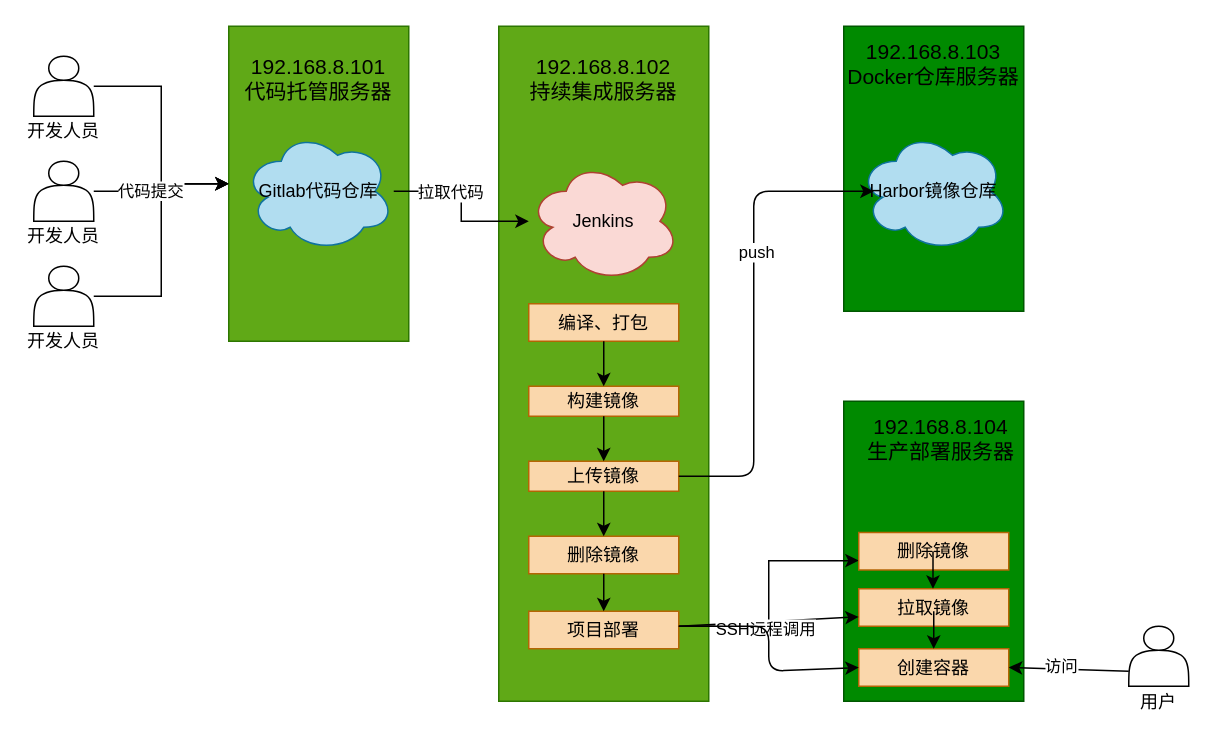
This is elasticsearch/Untitled Diagram.drawio from wangyanke/mynote, a draw.io file, before an edit. Source tidied: cells renumbered, new cells numbered last; positions are measured from the earlier drawing's top-left corner, leaving out a move shared by most shapes. Both pictures are drawn from the tidied source at 150%, with x=0, y=0 at pixel (26, 26).
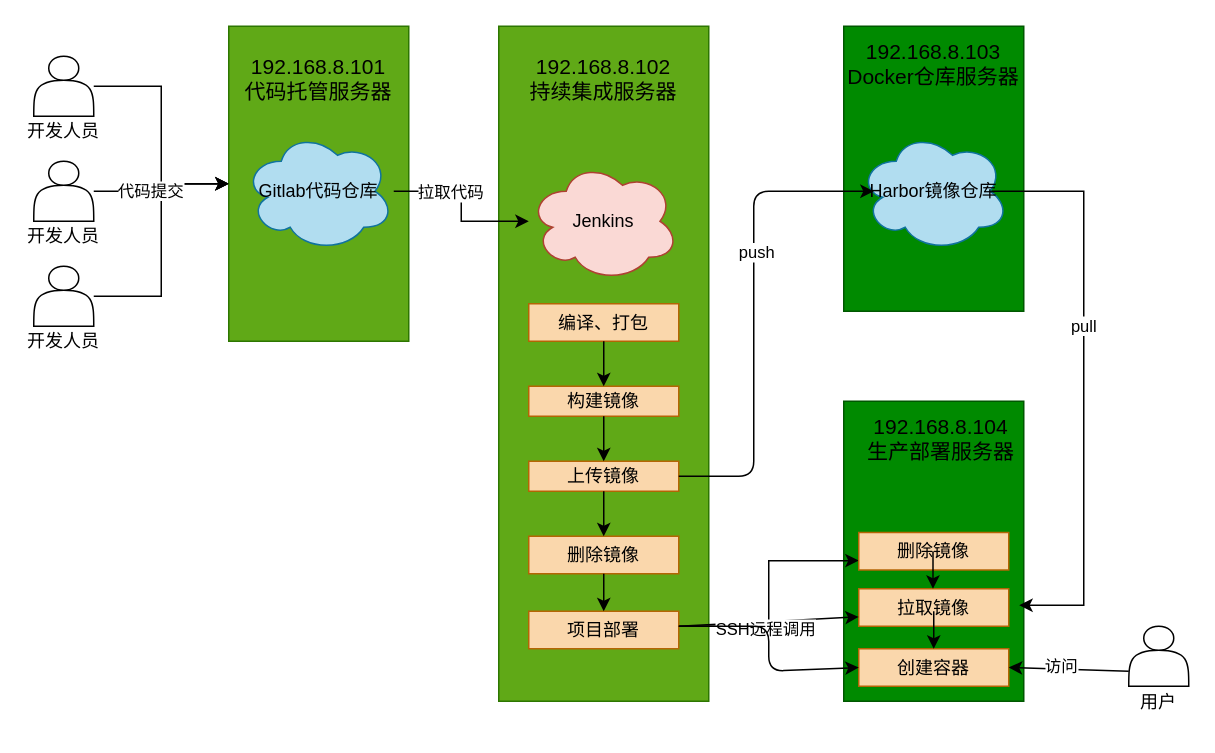
The same page after the edit.

Commit message:
Jenkins+Docker+SpringCloud持续集成流程说明

Unchanged cells that the change refers to:
```xml
<mxCell id="7" style="verticalLabelPosition=bottom;verticalAlign=top;html=1;shape=mxgraph.basic.rect;fillColor2=none;strokeWidth=1;size=20;indent=5;fillColor=#008a00;strokeColor=#005700;fontColor=#ffffff;" parent="1" vertex="1">
  <mxGeometry x="545" y="250" width="120" height="200" as="geometry" />
</mxCell>
<mxCell id="32" value="Harbor镜像仓库" style="ellipse;shape=cloud;whiteSpace=wrap;html=1;fillColor=#b1ddf0;strokeColor=#10739e;" parent="1" vertex="1">
  <mxGeometry x="555" y="70" width="100" height="80" as="geometry" />
</mxCell>
```

Change to the diagram source:
```diff
@@
+    <mxCell id="49" style="edgeStyle=orthogonalEdgeStyle;rounded=0;jettySize=auto;html=1;exitX=0.875;exitY=0.5;exitDx=0;exitDy=0;exitPerimeter=0;entryX=0.975;entryY=0.68;entryDx=0;entryDy=0;entryPerimeter=0;" parent="1" edge="1" source="32" target="7">
+      <mxGeometry relative="1" as="geometry">
+        <Array as="points">
+          <mxPoint x="705" y="110" />
+          <mxPoint x="705" y="386" />
+        </Array>
+      </mxGeometry>
+    </mxCell>
+    <mxCell id="50" value="pull" style="edgeLabel;html=1;align=center;verticalAlign=middle;" parent="49" vertex="1">
+      <mxGeometry x="-0.21" y="-1" relative="1" as="geometry">
+        <mxPoint y="1" as="offset" />
+      </mxGeometry>
+    </mxCell>
```
